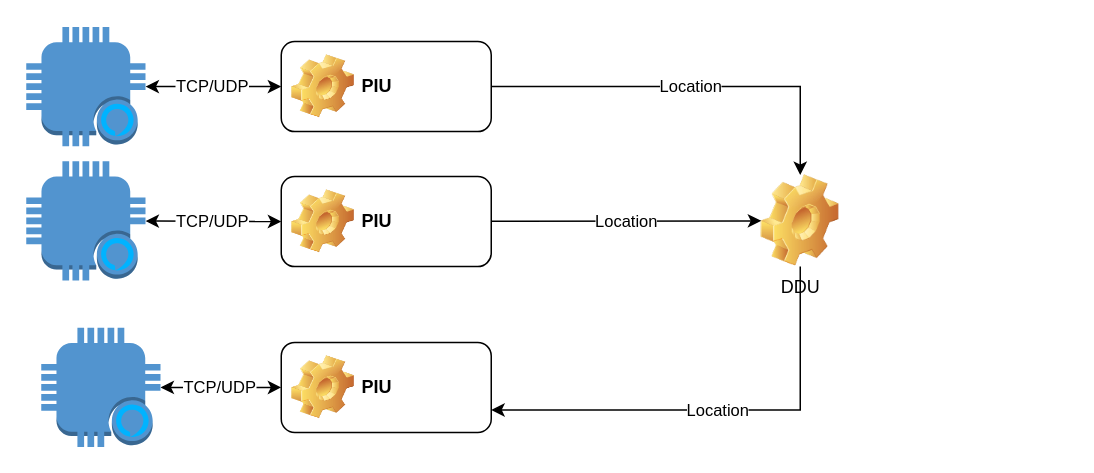
Earlier version of the draw.io diagram ddu.drawio (OrcunColak/drawio). Source tidied: cells renumbered, new cells numbered last; positions are measured from the earlier drawing's top-left corner, leaving out a move shared by most shapes. Both pictures are drawn from the tidied source at 150%, with x=0, y=0 at pixel (26, 27).
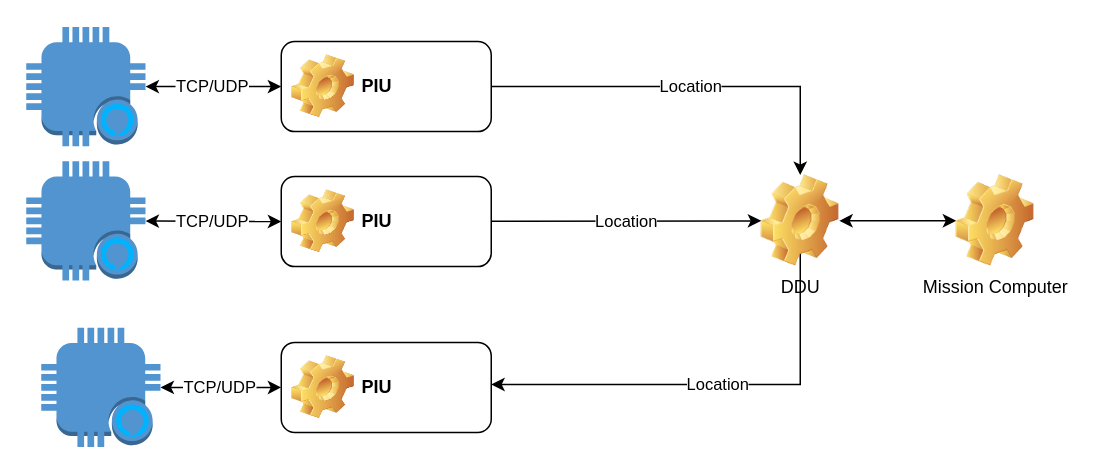
After the change.

Diff of the diagram source:
```diff
@@
 <mxGraphModel>
   <root>
     <mxCell id="0" />
     <mxCell id="1" parent="0" />
-    <mxCell id="2" value="Location" style="edgeStyle=orthogonalEdgeStyle;rounded=0;jettySize=auto;html=1;entryX=1;entryY=0.75;entryDx=0;entryDy=0;" parent="1" edge="1" source="3" target="6">
+    <mxCell id="2" value="Location" style="edgeStyle=orthogonalEdgeStyle;rounded=0;orthogonalLoop=1;jettySize=auto;html=1;entryX=1;entryY=0.75;entryDx=0;entryDy=0;" parent="1" edge="1">
       <mxGeometry relative="1" as="geometry">
+        <mxPoint x="516" y="142.2" as="sourcePoint" />
+        <mxPoint x="310" y="237.8" as="targetPoint" />
         <Array as="points">
-          <mxPoint x="516" y="254" />
+          <mxPoint x="516" y="237" />
         </Array>
       </mxGeometry>
     </mxCell>
+    <mxCell id="15" style="edgeStyle=orthogonalEdgeStyle;rounded=0;jettySize=auto;html=1;entryX=0;entryY=0.5;entryDx=0;entryDy=0;startArrow=classic;startFill=1;" parent="1" edge="1" source="3" target="16">
+      <mxGeometry relative="1" as="geometry" />
+    </mxCell>
     <mxCell id="3" value="DDU" style="shape=image;html=1;verticalLabelPosition=bottom;verticalAlign=top;imageAspect=1;image=img/clipart/Gear_128x128.png;" parent="1" vertex="1">
       <mxGeometry x="490" y="98.2" width="52" height="61" as="geometry" />
     </mxCell>
     <mxCell id="4" value="Location" style="edgeStyle=none;rounded=0;jettySize=auto;html=1;startArrow=none;startFill=0;" parent="1" edge="1" source="5" target="3">
       <mxGeometry relative="1" as="geometry" />
     </mxCell>
     <mxCell id="5" value="PIU" style="label;whiteSpace=wrap;html=1;image=img/clipart/Gear_128x128.png;" parent="1" vertex="1">
       <mxGeometry x="170" y="99.2" width="140" height="60" as="geometry" />
     </mxCell>
     <mxCell id="6" value="PIU" style="label;whiteSpace=wrap;html=1;image=img/clipart/Gear_128x128.png;" parent="1" vertex="1">
       <mxGeometry x="170" y="209.8" width="140" height="60" as="geometry" />
     </mxCell>
     <mxCell id="7" value="Location" style="edgeStyle=orthogonalEdgeStyle;rounded=0;jettySize=auto;html=1;entryX=0.5;entryY=0;entryDx=0;entryDy=0;" parent="1" edge="1" source="8" target="3">
       <mxGeometry relative="1" as="geometry" />
     </mxCell>
     <mxCell id="8" value="PIU" style="label;whiteSpace=wrap;html=1;image=img/clipart/Gear_128x128.png;" parent="1" vertex="1">
       <mxGeometry x="170" y="9.2" width="140" height="60" as="geometry" />
     </mxCell>
     <mxCell id="9" value="TCP/UDP" style="rounded=0;jettySize=auto;html=1;startArrow=classic;startFill=1;" parent="1" edge="1" source="10" target="8">
       <mxGeometry relative="1" as="geometry" />
     </mxCell>
     <mxCell id="10" style="outlineConnect=0;dashed=0;verticalLabelPosition=bottom;verticalAlign=top;align=center;html=1;shape=mxgraph.aws3.alexa_enabled_device;fillColor=#5294CF;gradientColor=none;" parent="1" vertex="1">
       <mxGeometry y="-0.5" width="79.5" height="79.5" as="geometry" />
     </mxCell>
     <mxCell id="11" value="TCP/UDP" style="edgeStyle=none;rounded=0;jettySize=auto;html=1;entryX=0;entryY=0.5;entryDx=0;entryDy=0;startArrow=classic;startFill=1;" parent="1" edge="1" source="12" target="5">
       <mxGeometry relative="1" as="geometry" />
     </mxCell>
     <mxCell id="12" style="outlineConnect=0;dashed=0;verticalLabelPosition=bottom;verticalAlign=top;align=center;html=1;shape=mxgraph.aws3.alexa_enabled_device;fillColor=#5294CF;gradientColor=none;" parent="1" vertex="1">
       <mxGeometry y="89" width="79.5" height="79.5" as="geometry" />
     </mxCell>
     <mxCell id="13" value="TCP/UDP" style="edgeStyle=none;rounded=0;jettySize=auto;html=1;entryX=0;entryY=0.5;entryDx=0;entryDy=0;startArrow=classic;startFill=1;" parent="1" edge="1" source="14" target="6">
       <mxGeometry relative="1" as="geometry" />
     </mxCell>
     <mxCell id="14" style="outlineConnect=0;dashed=0;verticalLabelPosition=bottom;verticalAlign=top;align=center;html=1;shape=mxgraph.aws3.alexa_enabled_device;fillColor=#5294CF;gradientColor=none;" parent="1" vertex="1">
       <mxGeometry x="10" y="200" width="79.5" height="79.5" as="geometry" />
     </mxCell>
+    <mxCell id="16" value="Mission Computer" style="shape=image;html=1;verticalLabelPosition=bottom;verticalAlign=top;imageAspect=1;image=img/clipart/Gear_128x128.png;" parent="1" vertex="1">
+      <mxGeometry x="620" y="98.2" width="52" height="61" as="geometry" />
+    </mxCell>
   </root>
 </mxGraphModel>
```
